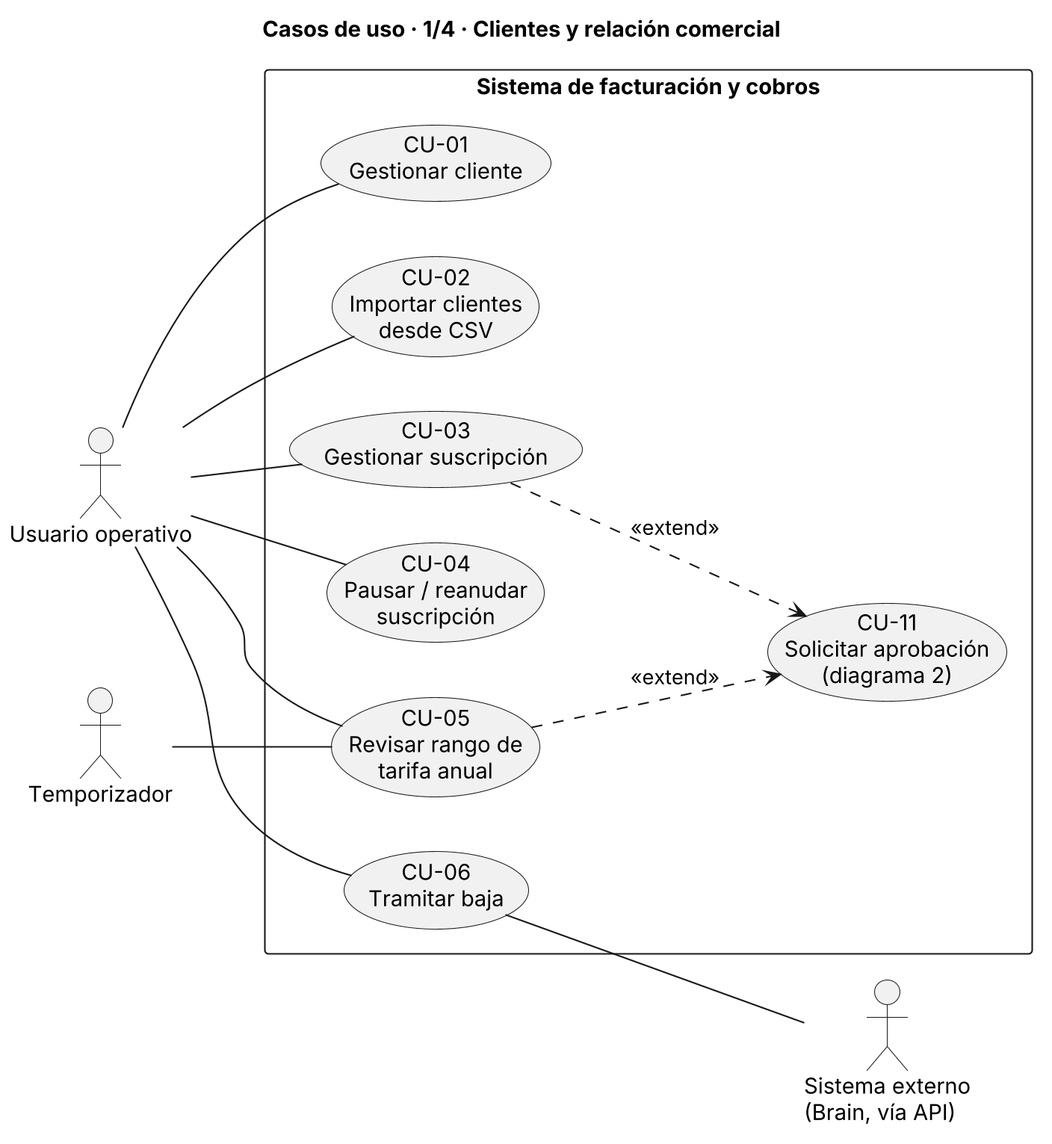
Earlier version of the PlantUML export Casos_De_Uso/Casos de uso Jorge/diagramas/diagrama_1_clientes_relacion_comercial.png (shadow-251/Trabajo-ADAP).
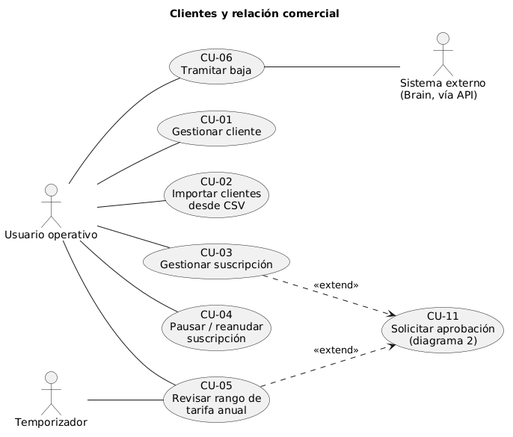
The same diagram one commit later.

Commit message:
Diagramas de casos de uso actualizado

What changed in the source:
```diff
@@ -1,6 +1,5 @@
-@startuml diagrama_1_clientes_relacion_comercial
-skinparamlocked dpi 200
-title Casos de uso · 1/4 · Clientes y relación comercial
+@startuml
+title Clientes y relación comercial
 
 left to right direction
 
@@ -8,15 +7,14 @@
 actor "Temporizador" as TMP
 actor "Sistema externo\n(Brain, vía API)" as EXT
 
-rectangle "Sistema de facturación y cobros" {
-  usecase "CU-11\nSolicitar aprobación\n(diagrama 2)" as CU11
-  usecase "CU-01\nGestionar cliente" as CU01
-  usecase "CU-02\nImportar clientes\ndesde CSV" as CU02
-  usecase "CU-03\nGestionar suscripción" as CU03
-  usecase "CU-04\nPausar / reanudar\nsuscripción" as CU04
-  usecase "CU-05\nRevisar rango de\ntarifa anual" as CU05
-  usecase "CU-06\nTramitar baja" as CU06
-}
+usecase "CU-11\nSolicitar aprobación\n(diagrama 2)" as CU11
+usecase "CU-01\nGestionar cliente" as CU01
+usecase "CU-02\nImportar clientes\ndesde CSV" as CU02
+usecase "CU-03\nGestionar suscripción" as CU03
+usecase "CU-04\nPausar / reanudar\nsuscripción" as CU04
+usecase "CU-05\nRevisar rango de\ntarifa anual" as CU05
+usecase "CU-06\nTramitar baja" as CU06
+
 
 UO -- CU01
 UO -- CU02
@@ -29,5 +27,4 @@
 
 CU03 ..> CU11 : <<extend>>
 CU05 ..> CU11 : <<extend>>
-
 @enduml
```
